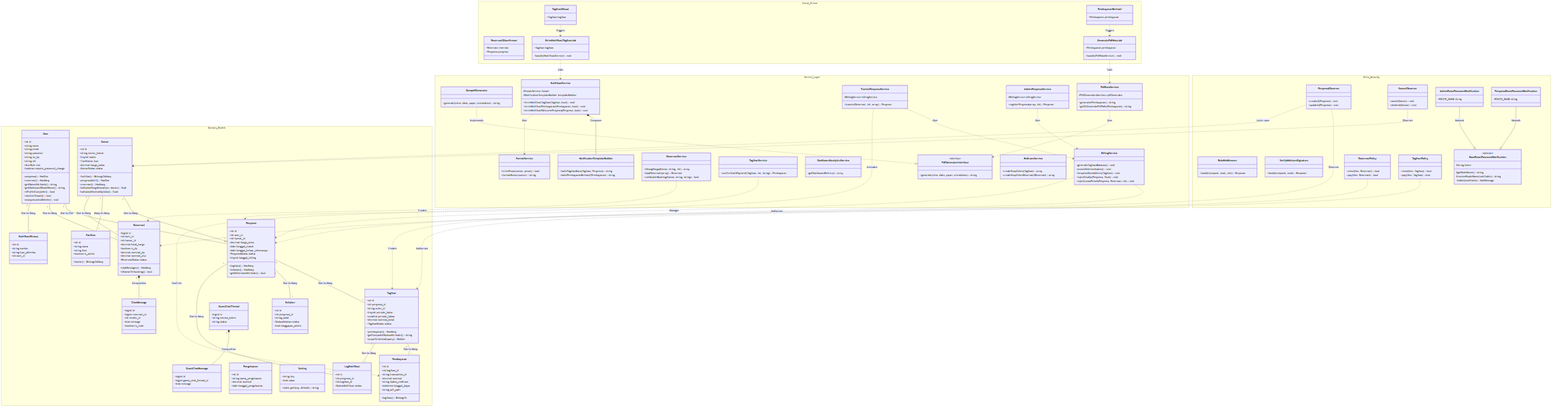
Before: Blueprint/class/class_diagram_kost.png, a diagram exported from Mermaid (rafifarsyapradiva/asri-boarding-house). Its source is kept beside it as Blueprint/class/class_diagram_kost.mmd.
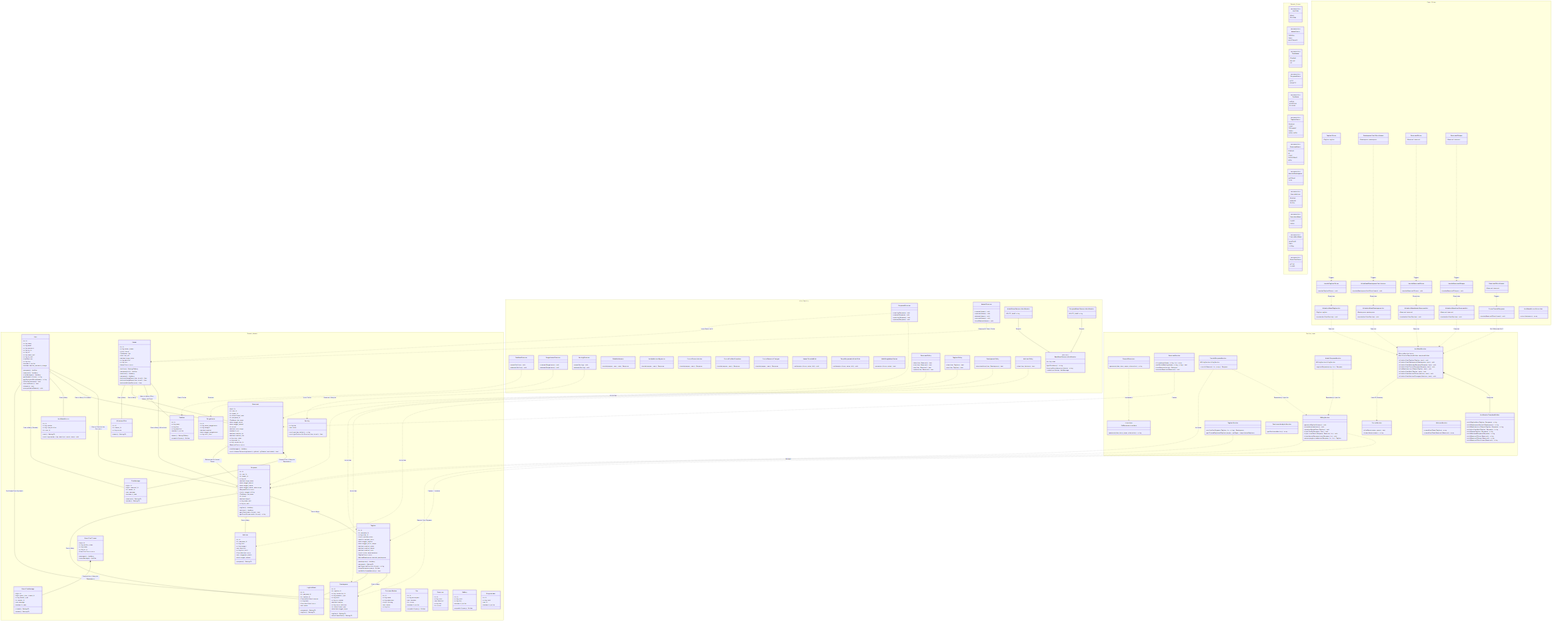
Above is the later version.

Diff of the diagram source:
```diff
@@ -1,5 +1,79 @@
 classDiagram
     direction TB
+
+    namespace Domain_Enums {
+        class UserRole {
+            <<enumeration>>
+            ADMIN
+            PENYEWA
+        }
+        class KamarStatus {
+            <<enumeration>>
+            TERSEDIA
+            TERISI
+            MAINTENANCE
+        }
+        class TipeKamar {
+            <<enumeration>>
+            STANDAR
+            DELUXE
+            VIP
+        }
+        class PenyewaStatus {
+            <<enumeration>>
+            AKTIF
+            NONAKTIF
+        }
+        class TipeSewa {
+            <<enumeration>>
+            HARIAN
+            MINGGUAN
+            BULANAN
+        }
+        class TagihanStatus {
+            <<enumeration>>
+            PENDING
+            LUNAS
+            TERLAMBAT
+            GAGAL
+            KADALUARSA
+        }
+        class ReservasiStatus {
+            <<enumeration>>
+            PENDING
+            DP
+            LUNAS
+            DIKONFIRMASI
+            BATAL
+        }
+        class MetodePembayaran {
+            <<enumeration>>
+            MIDTRANS
+            CASH
+        }
+        class StatusKeluhan {
+            <<enumeration>>
+            PENDING
+            DIPROSES
+            SELESAI
+        }
+        class StatusNotifikasi {
+            <<enumeration>>
+            SUKSES
+            GAGAL
+        }
+        class ChannelNotifikasi {
+            <<enumeration>>
+            WHATSAPP
+            EMAIL
+            SYSTEM
+        }
+        class GuestChatStatus {
+            <<enumeration>>
+            ACTIVE
+            CLOSED
+        }
+    }
 
     namespace Domain_Models {
         class User {
@@ -9,14 +83,20 @@
             +string password
             +string no_hp
             +string nik
+            +string nama_wali
+            +string no_wali
             +UserRole role
+            +string foto
+            +boolean is_active
             +boolean require_password_change
             +penyewa() HasOne
             +reservasi() HasMany
+            +chatMessages() HasMany
             +getNameAttribute() string
             +getDashboardRouteName() string
             +isProfileComplete() bool
             +isActiveTenant() bool
+            +isAdmin() bool
             +anonymizeAndDelete() void
         }
 
@@ -25,11 +105,16 @@
             +string nomor_kamar
             +tinyint lantai
             +TipeKamar tipe
+            +float luas_m2
             +decimal harga_bulan
+            +string deskripsi
+            +string foto
             +KamarStatus status
             +fasilitas() BelongsToMany
             +penyewaAktif() HasOne
             +reservasi() HasMany
+            +penyewa() HasMany
+            +kalkulasiHargaDasar(tipe, durasi) float
             +kalkulasiHargaSewa(tipe, durasi) float
             +kalkulasiMinimalDp(total) float
         }
@@ -38,22 +123,32 @@
             +int id
             +string nama
             +string ikon
+            +string deskripsi
             +boolean is_active
             +kamar() BelongsToMany
+            +scopeAktif(query) Builder
         }
 
         class Penyewa {
             +int id
             +int user_id
             +int kamar_id
+            +string nik
             +decimal harga_sewa
             +date tanggal_masuk
+            +date tanggal_keluar
             +date tanggal_keluar_seharusnya
             +PenyewaStatus status
             +tinyint tanggal_billing
+            +TipeSewa tipe_sewa
+            +int durasi
+            +decimal deposit
+            +string nama_wali
+            +string no_wali
             +tagihan() HasMany
             +keluhan() HasMany
             +getIsOverdueAttribute() bool
+            +getDurasiFormattedAttribute() string
         }
 
         class Tagihan {
@@ -62,35 +157,56 @@
             +string order_id
             +tinyint periode_bulan
             +smallint periode_tahun
+            +date tanggal_tagihan
+            +date tanggal_jatuh_tempo
+            +decimal nominal_pokok
+            +decimal nominal_denda
             +decimal nominal_total
+            +tinyint bulan_keterlambatan
             +TagihanStatus status
+            +MetodePembayaran metode_pembayaran
             +pembayaran() HasMany
+            +penyewa() BelongsTo
             +getComputedStatusAttribute() string
             +scopeTerlambat(query) Builder
+            +canBeConfirmedManually() bool
         }
 
         class Pembayaran {
             +int id
             +int tagihan_id
             +string transaction_id
+            +string payment_type
+            +string bank
+            +string va_number
             +decimal nominal
             +string status_midtrans
+            +int dikonfirmasi_oleh
             +datetime tanggal_bayar
-            +string pdf_path
             +tagihan() BelongsTo
+            +dikonfirmasiOleh() BelongsTo
         }
 
         class Reservasi {
             +bigint id
             +int user_id
             +int kamar_id
+            +int dikonfirmasi_oleh
+            +int penyewa_id
+            +TipeSewa tipe_sewa
+            +date tanggal_mulai
+            +date tanggal_selesai
+            +int durasi
             +decimal total_harga
             +boolean is_dp
             +decimal nominal_dp
             +decimal nominal_sisa
+            +string snap_token
+            +string order_id
+            +string transaction_id
             +ReservasiStatus status
             +chatMessages() HasMany
-            +isKamarTerbooking() bool
+            +static isKamarTerbooking(kamarId, tglMulai, tglSelesai, excludeId) bool
         }
 
         class ChatMessage {
@@ -99,34 +215,49 @@
             +int sender_id
             +text message
             +boolean is_read
+            +reservasi() BelongsTo
+            +sender() BelongsTo
         }
 
         class Keluhan {
             +int id
             +int penyewa_id
             +string judul
+            +string kategori
+            +text deskripsi
+            +string foto_bukti
             +StatusKeluhan status
             +text tanggapan_admin
+            +date tanggal_selesai
+            +penyewa() BelongsTo
         }
 
         class Pengeluaran {
             +int id
             +string nama_pengeluaran
+            +string kategori
             +decimal nominal
             +date tanggal_pengeluaran
+            +string bukti_nota
         }
 
         class Setting {
             +string key
             +text value
             +static get(key, default) string
+            +static getDiscountForDuration(tipe, durasi) float
         }
 
         class LogNotifikasi {
             +int id
             +int penyewa_id
             +int tagihan_id
+            +ChannelNotifikasi channel
+            +string event
             +StatusNotifikasi status
+            +text pesan
+            +penyewa() BelongsTo
+            +tagihan() BelongsTo
         }
 
         class NotifikasiKhusus {
@@ -134,18 +265,77 @@
             +string sumber
             +string tipe_aktivitas
             +int user_id
+            +user() BelongsTo
+            +static log(sumber, tipe, deskripsi, userId, data) void
         }
 
         class GuestChatThread {
             +bigint id
             +string session_token
-            +string status
+            +string name
+            +string no_hp
+            +GuestChatStatus status
+            +messages() HasMany
+            +latestMessage() HasOne
         }
 
         class GuestChatMessage {
             +bigint id
             +bigint guest_chat_thread_id
+            +string sender_type
+            +int sender_id
             +text message
+            +boolean is_read
+            +thread() BelongsTo
+            +sender() BelongsTo
+        }
+
+        class WhatsappClick {
+            +int id
+            +int kamar_id
+            +string source
+            +kamar() BelongsTo
+        }
+
+        class CustomerReview {
+            +int id
+            +string nama
+            +string pekerjaan
+            +tinyint bintang
+            +text ulasan
+            +string foto
+        }
+
+        class Faq {
+            +int id
+            +string pertanyaan
+            +text jawaban
+            +int urutan
+            +boolean is_active
+            +scopeAktif(query) Builder
+        }
+
+        class Peraturan {
+            +int id
+            +string judul
+            +text deskripsi
+            +string ikon
+            +int urutan
+        }
+
+        class Gallery {
+            +int id
+            +string judul
+            +string foto
+            +boolean is_active
+            +scopeAktif(query) Builder
+        }
+
+        class Pengumuman {
+            +int id
+            +string judul
+            +text isi
+            +boolean is_active
         }
     }
 
@@ -159,24 +349,21 @@
             +generate(view, data, paper, orientation) string
         }
 
-        class PdfNotaService {
-            #PdfGeneratorInterface pdfGenerator
-            +generate(Pembayaran) string
-            +getOrGeneratePdfPath(Pembayaran) string
-        }
-
         class BillingService {
             +generateTagihanBulanan() void
             +prosesKeterlambatan() void
             +terapkanDendaDirect(Tagihan) void
             +injectSisaDp(Penyewa, float) void
             +injectLunasPenuh(Penyewa, Reservasi, int) void
+            +injectManualPenyewaLunas(Penyewa, int) void
+            +perpanjangKontrakManual(Penyewa, int, int) Tagihan
         }
 
         class ReservasiService {
             +hitungHarga(Kamar, string, int) array
+            +cekDoubleBooking(Kamar, string, string) bool
             +buatReservasi(array) Reservasi
-            +cekDoubleBooking(Kamar, string, string) bool
+            +batalkanReservasi(Reservasi) void
         }
 
         class TransisiPenyewaService {
@@ -191,6 +378,7 @@
 
         class TagihanService {
             +confirmCashPayment(Tagihan, int, string) Pembayaran
+            +getFilteredPaginatedTagihan(request, perPage) LengthAwarePaginator
         }
 
         class DashboardAnalyticsService {
@@ -200,6 +388,13 @@
         class NotificationTemplateBuilder {
             +buildTagihanBaru(Tagihan, Penyewa) string
             +buildPembayaranBerhasil(Pembayaran) string
+            +buildReminderJatuhTempo(Tagihan, Penyewa) string
+            +buildNotifikasiWali(Tagihan, Penyewa) string
+            +buildDenda(Tagihan, Penyewa) string
+            +buildWelcomePenyewa(Penyewa) string
+            +buildReservasiDibuat(Reservasi) string
+            +buildReservasiDibayar(Reservasi) string
+            +buildReservasiDikonfirmasi(Reservasi) string
         }
 
         class NotifikasiService {
@@ -208,6 +403,11 @@
             +kirimNotifikasiTagihan(Tagihan, bool) void
             +kirimNotifikasiPembayaran(Pembayaran, bool) void
             +kirimNotifikasiWelcomePenyewa(Penyewa, bool) void
+            +kirimNotifikasiTransisiPenyewa(Penyewa, bool) void
+            +kirimReminderJatuhTempo(Tagihan, bool) void
+            +kirimNotifikasiWali(Tagihan, bool) void
+            +kirimNotifikasiKeluhanDibuat(Keluhan, bool) void
+            +kirimNotifikasiKeluhanDitanggapi(Keluhan, bool) void
         }
 
         class FonnteService {
@@ -223,13 +423,33 @@
 
     namespace Infra_Security {
         class PenyewaObserver {
+            +creating(Penyewa) void
             +created(Penyewa) void
+            +updating(Penyewa) void
             +updated(Penyewa) void
         }
 
         class KamarObserver {
-            +saved(Kamar) void
+            +created(Kamar) void
+            +updated(Kamar) void
             +deleted(Kamar) void
+            +restored(Kamar) void
+            +forceDeleted(Kamar) void
+        }
+
+        class FasilitasObserver {
+            +saved(Fasilitas) void
+            +deleted(Fasilitas) void
+        }
+
+        class PengeluaranObserver {
+            +created(Pengeluaran) void
+            +deleted(Pengeluaran) void
+        }
+
+        class SettingObserver {
+            +saved(Setting) void
+            +deleted(Setting) void
         }
 
         class RoleMiddleware {
@@ -240,11 +460,35 @@
             +handle(request, next) Response
         }
 
+        class EnsureTenantIsActive {
+            +handle(request, next) Response
+        }
+
+        class EnsureProfileIsComplete {
+            +handle(request, next) Response
+        }
+
+        class EnsurePasswordChanged {
+            +handle(request, next) Response
+        }
+
+        class KamarTersediaRule {
+            +validate(attribute, value, fail) void
+        }
+
+        class TanpaPenyewaAktifLainRule {
+            +validate(attribute, value, fail) void
+        }
+
+        class ValidGoogleMapsEmbed {
+            +passes(attribute, value) bool
+        }
+
         class BaseResetPasswordNotification {
             <<abstract>>
             #string token
-            #getRoleName() string
-            #resolveRouteName(notifiable) string
+            #getRoleName()* string
+            #resolveRouteName(notifiable)* string
             +toMail(notifiable) MailMessage
         }
 
@@ -258,76 +502,141 @@
 
         class ReservasiPolicy {
             +view(User, Reservasi) bool
+            +chat(User, Reservasi) bool
             +pay(User, Reservasi) bool
+            +update(User, Reservasi) bool
         }
 
         class TagihanPolicy {
             +view(User, Tagihan) bool
             +pay(User, Tagihan) bool
         }
+
+        class PembayaranPolicy {
+            +downloadNota(User, Pembayaran) bool
+        }
+
+        class KeluhanPolicy {
+            +view(User, Keluhan) bool
+        }
     }
 
     namespace Event_Driven {
-        class ReservasiDikonfirmasi {
-            +Reservasi reservasi
-            +Penyewa penyewa
-        }
-
         class TagihanDibuat {
             +Tagihan tagihan
         }
-
-        class PembayaranBerhasil {
-            +Pembayaran pembayaran
+        class HandleTagihanDibuat {
+            +handle(TagihanDibuat) void
         }
-
         class KirimNotifikasiTagihanJob {
             +Tagihan tagihan
             +handle(NotifikasiService) void
         }
 
-        class GeneratePdfNotaJob {
+        class PembayaranCashDikonfirmasi {
             +Pembayaran pembayaran
-            +handle(PdfNotaService) void
+        }
+        class KirimEmailPembayaranCashListener {
+            +handle(PembayaranCashDikonfirmasi) void
+        }
+        class KirimNotifikasiPembayaranJob {
+            +Pembayaran pembayaran
+            +handle(NotifikasiService) void
+        }
+
+        class ReservasiDibuat {
+            +Reservasi reservasi
+        }
+        class HandleReservasiDibuat {
+            +handle(ReservasiDibuat) void
+        }
+        class KirimNotifikasiAdminReservasiJob {
+            +Reservasi reservasi
+            +handle(NotifikasiService) void
+        }
+
+        class ReservasiDibayar {
+            +Reservasi reservasi
+        }
+        class HandleReservasiDibayar {
+            +handle(ReservasiDibayar) void
+        }
+        class KirimNotifikasiUserReservasiJob {
+            +Reservasi reservasi
+            +handle(NotifikasiService) void
+        }
+
+        class ReservasiDikonfirmasi {
+            +Reservasi reservasi
+        }
+        class ProsesTransisiPenyewa {
+            +handle(ReservasiDikonfirmasi) void
+        }
+
+        class NotifikasiKhususSubscriber {
+            +subscribe(events) array
         }
     }
 
-    User "1" -- "0..1" Penyewa : One to One
-    Kamar "1" -- "*" Penyewa : One to Many
-    Kamar "*" -- "*" Fasilitas : Many to Many
+    User "1" -- "0..1" Penyewa : One to One (Active Contract)
+    Kamar "1" -- "*" Penyewa : One to Many (Historical)
+    Kamar "*" -- "*" Fasilitas : Many to Many (Pivot kamar_fasilitas)
     Penyewa "1" -- "*" Tagihan : One to Many
     Tagihan "1" -- "*" Pembayaran : One to Many
-    User "1" -- "*" Reservasi : One to Many
+    User "1" -- "*" Reservasi : One to Many (Customer)
     Kamar "1" -- "*" Reservasi : One to Many
-    Reservasi "1" *-- "*" ChatMessage : Composition
+    Reservasi "1" *-- "*" ChatMessage : Composition (Lifecycle Dependent)
     Penyewa "1" -- "*" Keluhan : One to Many
-    GuestChatThread "1" *-- "*" GuestChatMessage : Composition
+    GuestChatThread "1" *-- "*" GuestChatMessage : Composition (Lifecycle Dependent)
     Penyewa "1" -- "*" LogNotifikasi : One to Many
     Tagihan "1" -- "*" LogNotifikasi : One to Many
     User "1" -- "*" NotifikasiKhusus : One to Many
+    Kamar "1" -- "*" WhatsappClick : One to Many
+    User "1" -- "*" ChatMessage : One to Many (Sender)
+    Reservasi "1" -- "0..1" Penyewa : References Activated Tenant
+    User "1" -- "*" Pembayaran : Confirmed Cash By Admin
 
     DompdfGenerator ..|> PdfGeneratorInterface : Implements
-    PdfNotaService ..> PdfGeneratorInterface : Uses
-    TransisiPenyewaService ..> BillingService : Uses
-    AdminPenyewaService ..> BillingService : Uses
+    TransisiPenyewaService ..> BillingService : Dependency Injection
+    AdminPenyewaService ..> BillingService : Dependency Injection
     NotifikasiService *-- NotificationTemplateBuilder : Composes
-    NotifikasiService ..> FonnteService : Uses
+    NotifikasiService ..> FonnteService : Uses API Gateway
 
-    BillingService ..> Tagihan : Creates
+    BillingService ..> Tagihan : Creates / Updates
     BillingService ..> Penyewa : Manages
     ReservasiService ..> Reservasi : Creates
     TransisiPenyewaService ..> Penyewa : Activates
-    TagihanService ..> Pembayaran : Confirms
+    TagihanService ..> Pembayaran : Records Cash Payment
 
-    PenyewaObserver ..> Penyewa : Observes
-    PenyewaObserver ..> Kamar : Locks room
-    KamarObserver ..> Kamar : Observes
+    PenyewaObserver ..> Penyewa : Observes Lifecycle
+    PenyewaObserver ..> Kamar : Locks Room 'terisi'
+    KamarObserver ..> Kamar : Observes & Clears Cache
+    FasilitasObserver ..> Fasilitas : Clears Cache
+    PengeluaranObserver ..> Pengeluaran : Observes
+    SettingObserver ..> Setting : Syncs Cache
+
     AdminResetPasswordNotification --|> BaseResetPasswordNotification : Extends
     PenyewaResetPasswordNotification --|> BaseResetPasswordNotification : Extends
     ReservasiPolicy ..> Reservasi : Authorizes
     TagihanPolicy ..> Tagihan : Authorizes
+    PembayaranPolicy ..> Pembayaran : Authorizes
+    KeluhanPolicy ..> Keluhan : Authorizes
 
-    TagihanDibuat ..> KirimNotifikasiTagihanJob : Triggers
-    KirimNotifikasiTagihanJob ..> NotifikasiService : Calls
-    PembayaranBerhasil ..> GeneratePdfNotaJob : Triggers
-    GeneratePdfNotaJob ..> PdfNotaService : Calls
+    TagihanDibuat ..> HandleTagihanDibuat : Triggers
+    HandleTagihanDibuat ..> KirimNotifikasiTagihanJob : Dispatches
+    KirimNotifikasiTagihanJob ..> NotifikasiService : Executes
+
+    PembayaranCashDikonfirmasi ..> KirimEmailPembayaranCashListener : Triggers
+    KirimEmailPembayaranCashListener ..> KirimNotifikasiPembayaranJob : Dispatches
+    KirimNotifikasiPembayaranJob ..> NotifikasiService : Executes
+
+    ReservasiDibuat ..> HandleReservasiDibuat : Triggers
+    HandleReservasiDibuat ..> KirimNotifikasiAdminReservasiJob : Dispatches
+    KirimNotifikasiAdminReservasiJob ..> NotifikasiService : Executes
+
+    ReservasiDibayar ..> HandleReservasiDibayar : Triggers
+    HandleReservasiDibayar ..> KirimNotifikasiUserReservasiJob : Dispatches
+    KirimNotifikasiUserReservasiJob ..> NotifikasiService : Executes
+
+    ReservasiDikonfirmasi ..> ProsesTransisiPenyewa : Triggers
+    ProsesTransisiPenyewa ..> NotifikasiService : Calls Welcome Notif
```
